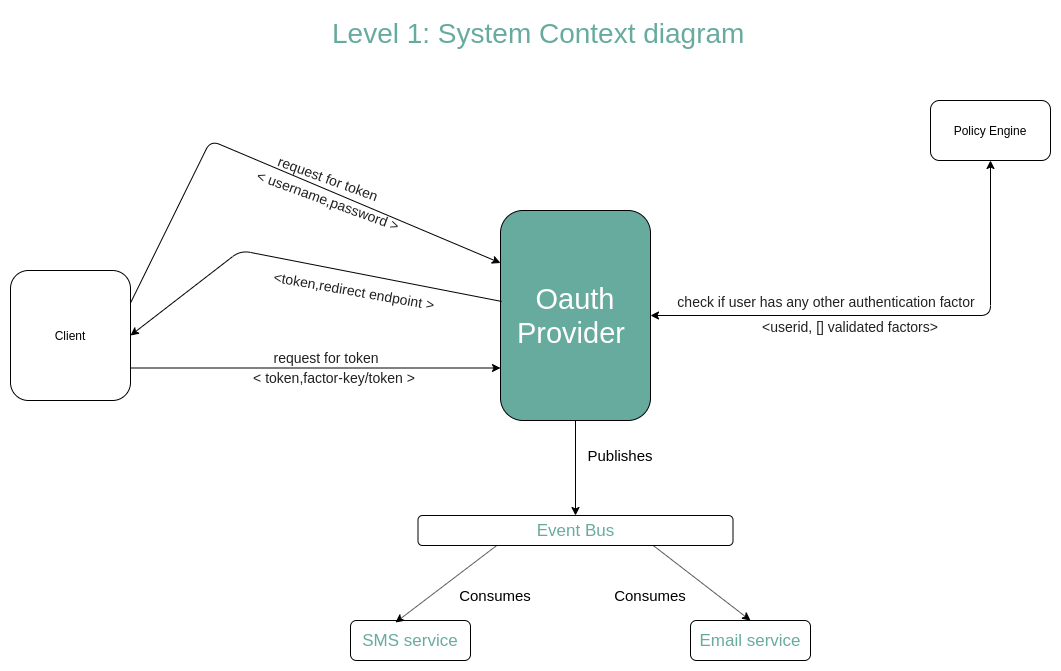
Earlier version of the draw.io export images/System context diagram.png (nonCriticInc/architecture). Source tidied: cells renumbered, new cells last; positions are measured from the earlier drawing's top-left corner, leaving out a move shared by most shapes.
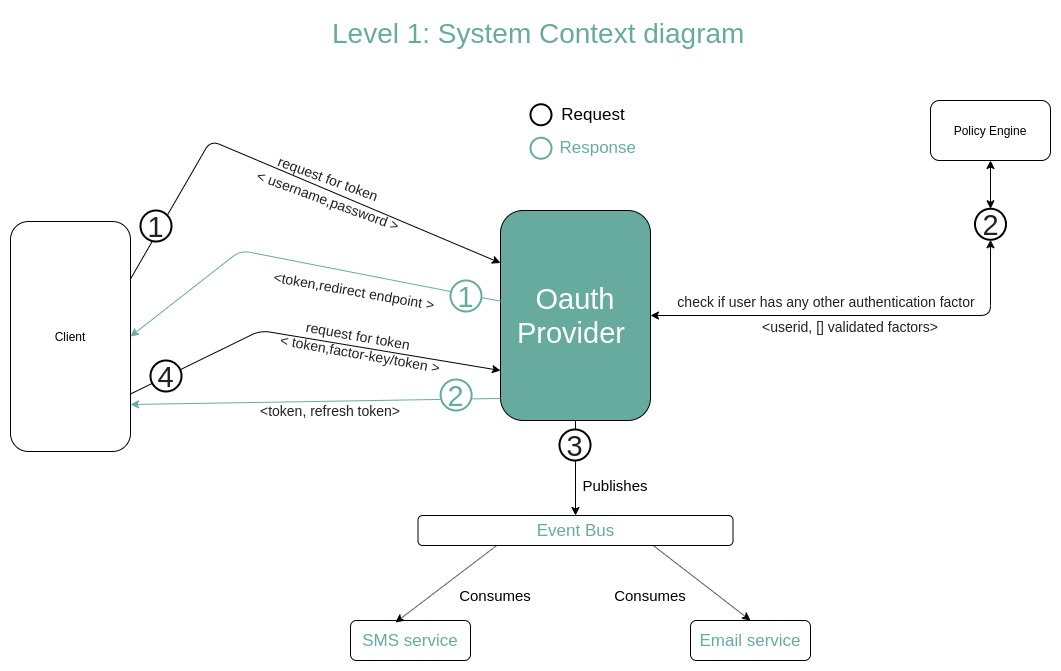
The same diagram one commit later.

Change to the diagram source:
```diff
@@ -3,7 +3,7 @@
     <mxCell id="0" />
     <mxCell id="1" parent="0" />
     <mxCell id="2" value="Client" style="rounded=1;whiteSpace=wrap;html=1;" parent="1" vertex="1">
-      <mxGeometry y="260" width="120" height="130" as="geometry" />
+      <mxGeometry y="211" width="120" height="230" as="geometry" />
     </mxCell>
     <mxCell id="3" value="Level 1: System Context diagram" style="text;html=1;fontSize=28;fontColor=#67AB9F;" parent="1" vertex="1">
       <mxGeometry x="320" width="440" height="50" as="geometry" />
@@ -30,7 +30,7 @@
         </Array>
       </mxGeometry>
     </mxCell>
-    <mxCell id="10" style="endArrow=classic;html=1;fontSize=29;fontColor=#FFFFFF;entryX=1;entryY=0.5;entryDx=0;entryDy=0;exitX=0.007;exitY=0.433;exitDx=0;exitDy=0;exitPerimeter=0;" parent="1" edge="1" source="4" target="2">
+    <mxCell id="10" style="endArrow=classic;html=1;fontSize=29;fontColor=#FFFFFF;entryX=1;entryY=0.5;entryDx=0;entryDy=0;exitX=0.007;exitY=0.433;exitDx=0;exitDy=0;exitPerimeter=0;strokeColor=#67AB9F;" parent="1" edge="1" source="4" target="2">
       <mxGeometry relative="1" as="geometry">
         <Array as="points">
           <mxPoint x="230" y="240" />
@@ -49,23 +49,28 @@
     <mxCell id="14" value="&lt;font color=&quot;#212121&quot;&gt;&lt;span style=&quot;font-size: 14px&quot;&gt;&amp;lt;token,redirect endpoint&amp;nbsp;&amp;gt;&lt;/span&gt;&lt;/font&gt;" style="rounded=1;whiteSpace=wrap;html=1;labelBackgroundColor=none;strokeWidth=2;fillColor=none;fontSize=29;fontColor=#FFFFFF;strokeColor=none;rotation=10;" parent="1" vertex="1">
       <mxGeometry x="240" y="270" width="210" height="10" as="geometry" />
     </mxCell>
-    <mxCell id="15" style="endArrow=classic;html=1;fontSize=29;fontColor=#FFFFFF;exitX=1;exitY=0.75;exitDx=0;exitDy=0;entryX=0;entryY=0.75;entryDx=0;entryDy=0;" parent="1" edge="1" source="2" target="4">
-      <mxGeometry relative="1" as="geometry" />
+    <mxCell id="15" style="endArrow=classic;html=1;fontSize=29;fontColor=#FFFFFF;exitX=1;exitY=0.75;exitDx=0;exitDy=0;" parent="1" edge="1" source="2">
+      <mxGeometry relative="1" as="geometry">
+        <mxPoint x="490" y="360" as="targetPoint" />
+        <Array as="points">
+          <mxPoint x="250" y="320" />
+        </Array>
+      </mxGeometry>
     </mxCell>
-    <mxCell id="16" style="group;rotation=5;" parent="1" vertex="1">
-      <mxGeometry x="210" y="328" width="220.2" height="48.3" as="geometry" />
+    <mxCell id="16" style="group;rotation=15;" parent="1" vertex="1">
+      <mxGeometry x="240" y="310" width="220.2" height="48.3" as="geometry" />
     </mxCell>
-    <mxCell id="17" value="&lt;font color=&quot;#212121&quot; style=&quot;font-size: 14px&quot;&gt;&amp;lt; token,factor-key/token &amp;gt;&lt;/font&gt;" style="rounded=1;whiteSpace=wrap;html=1;labelBackgroundColor=none;strokeWidth=2;fillColor=none;fontSize=29;fontColor=#FFFFFF;strokeColor=none;rotation=0;" parent="16" vertex="1">
-      <mxGeometry x="9" y="29" width="210" height="10" as="geometry" />
+    <mxCell id="17" value="&lt;font color=&quot;#212121&quot; style=&quot;font-size: 14px&quot;&gt;&amp;lt; token,factor-key/token &amp;gt;&lt;/font&gt;" style="rounded=1;whiteSpace=wrap;html=1;labelBackgroundColor=none;strokeWidth=2;fillColor=none;fontSize=29;fontColor=#FFFFFF;strokeColor=none;rotation=10;" parent="16" vertex="1">
+      <mxGeometry x="6" y="23" width="210" height="10" as="geometry" />
     </mxCell>
-    <mxCell id="18" value="&lt;font color=&quot;#212121&quot;&gt;&lt;span style=&quot;font-size: 14px&quot;&gt;request for token&lt;/span&gt;&lt;/font&gt;" style="rounded=1;whiteSpace=wrap;html=1;labelBackgroundColor=none;strokeWidth=2;fillColor=none;fontSize=29;fontColor=#FFFFFF;strokeColor=none;rotation=0;" parent="16" vertex="1">
-      <mxGeometry x="1" y="9" width="210" height="10" as="geometry" />
+    <mxCell id="18" value="&lt;font color=&quot;#212121&quot;&gt;&lt;span style=&quot;font-size: 14px&quot;&gt;request for token&lt;/span&gt;&lt;/font&gt;" style="rounded=1;whiteSpace=wrap;html=1;labelBackgroundColor=none;strokeWidth=2;fillColor=none;fontSize=29;fontColor=#FFFFFF;strokeColor=none;rotation=10;" parent="16" vertex="1">
+      <mxGeometry x="4" y="5" width="210" height="10" as="geometry" />
     </mxCell>
     <mxCell id="19" style="endArrow=classic;html=1;fontSize=29;fontColor=#FFFFFF;entryX=0.5;entryY=0;entryDx=0;entryDy=0;exitX=0.5;exitY=1;exitDx=0;exitDy=0;" parent="1" edge="1" source="4" target="6">
       <mxGeometry relative="1" as="geometry" />
     </mxCell>
     <mxCell id="20" value="&lt;font style=&quot;font-size: 15px&quot; color=&quot;#000000&quot;&gt;Publishes&lt;/font&gt;" style="rounded=1;whiteSpace=wrap;html=1;labelBackgroundColor=none;strokeWidth=2;fillColor=none;fontSize=29;fontColor=#FFFFFF;strokeColor=none;" parent="1" vertex="1">
-      <mxGeometry x="550" y="430" width="120" height="20" as="geometry" />
+      <mxGeometry x="545" y="460" width="120" height="20" as="geometry" />
     </mxCell>
     <mxCell id="21" style="endArrow=classic;html=1;fontSize=29;fontColor=#FFFFFF;entryX=0.375;entryY=0.05;entryDx=0;entryDy=0;entryPerimeter=0;exitX=0.25;exitY=1;exitDx=0;exitDy=0;" parent="1" edge="1" source="6" target="7">
       <mxGeometry relative="1" as="geometry" />
@@ -81,12 +86,8 @@
     <mxCell id="24" value="&lt;font style=&quot;font-size: 15px&quot; color=&quot;#000000&quot;&gt;Consumes&lt;/font&gt;" style="rounded=1;whiteSpace=wrap;html=1;labelBackgroundColor=none;strokeWidth=2;fillColor=none;fontSize=29;fontColor=#FFFFFF;strokeColor=none;" parent="1" vertex="1">
       <mxGeometry x="580" y="570" width="120" height="20" as="geometry" />
     </mxCell>
-    <mxCell id="25" style="endArrow=classic;startArrow=classic;html=1;fontSize=29;fontColor=#FFFFFF;" parent="1" edge="1" source="4" target="5">
-      <mxGeometry relative="1" as="geometry">
-        <Array as="points">
-          <mxPoint x="980" y="305" />
-        </Array>
-      </mxGeometry>
+    <mxCell id="25" style="endArrow=classic;startArrow=classic;html=1;fontSize=29;fontColor=#FFFFFF;" parent="1" edge="1" source="31" target="5">
+      <mxGeometry relative="1" as="geometry" />
     </mxCell>
     <mxCell id="26" value="&lt;font color=&quot;#212121&quot; style=&quot;font-size: 14px&quot;&gt;check if user has any other authentication factor&lt;/font&gt;" style="rounded=1;whiteSpace=wrap;html=1;labelBackgroundColor=none;strokeWidth=2;fillColor=none;fontSize=29;fontColor=#FFFFFF;strokeColor=none;rotation=0;" parent="1" vertex="1">
       <mxGeometry x="662" y="281" width="308.5" height="10" as="geometry" />
@@ -94,5 +95,53 @@
     <mxCell id="27" value="&lt;font color=&quot;#212121&quot; style=&quot;font-size: 14px&quot;&gt;&amp;lt;userid, [] validated factors&amp;gt;&lt;/font&gt;" style="rounded=1;whiteSpace=wrap;html=1;labelBackgroundColor=none;strokeWidth=2;fillColor=none;fontSize=29;fontColor=#FFFFFF;strokeColor=none;rotation=0;" parent="1" vertex="1">
       <mxGeometry x="735.5" y="306" width="210" height="10" as="geometry" />
     </mxCell>
+    <mxCell id="28" style="endArrow=classic;html=1;fontSize=29;fontColor=#FFFFFF;exitX=0;exitY=0.895;exitDx=0;exitDy=0;exitPerimeter=0;strokeColor=#67AB9F;" parent="1" edge="1" source="4">
+      <mxGeometry relative="1" as="geometry">
+        <mxPoint x="120" y="394" as="targetPoint" />
+      </mxGeometry>
+    </mxCell>
+    <mxCell id="29" value="&lt;font color=&quot;#212121&quot;&gt;&lt;span style=&quot;font-size: 14px&quot;&gt;&amp;lt;token, refresh token&amp;gt;&lt;/span&gt;&lt;/font&gt;" style="rounded=1;whiteSpace=wrap;html=1;labelBackgroundColor=none;strokeWidth=2;fillColor=none;fontSize=29;fontColor=#FFFFFF;strokeColor=none;rotation=0;" parent="1" vertex="1">
+      <mxGeometry x="215" y="390" width="210" height="10" as="geometry" />
+    </mxCell>
+    <mxCell id="30" value="&lt;font color=&quot;#212121&quot;&gt;1&lt;/font&gt;" style="ellipse;whiteSpace=wrap;html=1;rounded=1;labelBackgroundColor=none;strokeWidth=2;fillColor=#ffffff;fontSize=29;fontColor=#FFFFFF;" parent="1" vertex="1">
+      <mxGeometry x="130" y="200" width="31" height="31" as="geometry" />
+    </mxCell>
+    <mxCell id="31" value="&lt;font color=&quot;#212121&quot;&gt;2&lt;/font&gt;" style="ellipse;whiteSpace=wrap;html=1;rounded=1;labelBackgroundColor=none;strokeWidth=2;fillColor=#ffffff;fontSize=29;fontColor=#FFFFFF;" parent="1" vertex="1">
+      <mxGeometry x="964.5" y="198.3" width="31" height="31" as="geometry" />
+    </mxCell>
+    <mxCell id="32" style="endArrow=classic;startArrow=classic;html=1;fontSize=29;fontColor=#FFFFFF;" parent="1" edge="1" source="4" target="31">
+      <mxGeometry relative="1" as="geometry">
+        <Array as="points">
+          <mxPoint x="980" y="305" />
+        </Array>
+      </mxGeometry>
+    </mxCell>
+    <mxCell id="33" value="&lt;font&gt;1&lt;/font&gt;" style="ellipse;whiteSpace=wrap;html=1;rounded=1;labelBackgroundColor=none;strokeWidth=2;fillColor=#ffffff;fontSize=29;fontColor=#67AB9F;strokeColor=#67AB9F;" parent="1" vertex="1">
+      <mxGeometry x="440" y="270" width="31" height="31" as="geometry" />
+    </mxCell>
+    <mxCell id="34" value="&lt;font color=&quot;#212121&quot;&gt;4&lt;/font&gt;" style="ellipse;whiteSpace=wrap;html=1;rounded=1;labelBackgroundColor=none;strokeWidth=2;fillColor=#ffffff;fontSize=29;fontColor=#FFFFFF;" parent="1" vertex="1">
+      <mxGeometry x="140" y="350" width="31" height="31" as="geometry" />
+    </mxCell>
+    <mxCell id="35" value="&lt;font color=&quot;#212121&quot;&gt;3&lt;/font&gt;" style="ellipse;whiteSpace=wrap;html=1;rounded=1;labelBackgroundColor=none;strokeWidth=2;fillColor=#ffffff;fontSize=29;fontColor=#FFFFFF;" parent="1" vertex="1">
+      <mxGeometry x="549" y="419" width="31" height="31" as="geometry" />
+    </mxCell>
+    <mxCell id="36" value="&lt;font&gt;2&lt;/font&gt;" style="ellipse;whiteSpace=wrap;html=1;rounded=1;labelBackgroundColor=none;strokeWidth=2;fillColor=#ffffff;fontSize=29;fontColor=#67AB9F;strokeColor=#67AB9F;" parent="1" vertex="1">
+      <mxGeometry x="430.1" y="369" width="31" height="31" as="geometry" />
+    </mxCell>
+    <mxCell id="37" style="group;" parent="1" vertex="1">
+      <mxGeometry x="520" y="91.8" width="108" height="56.5" as="geometry" />
+    </mxCell>
+    <mxCell id="38" style="ellipse;whiteSpace=wrap;html=1;rounded=1;labelBackgroundColor=none;strokeWidth=2;fillColor=#ffffff;fontSize=29;fontColor=#FFFFFF;" parent="37" vertex="1">
+      <mxGeometry y="2" width="21" height="21" as="geometry" />
+    </mxCell>
+    <mxCell id="39" value="&lt;font style=&quot;font-size: 17px&quot;&gt;Request&lt;/font&gt;" style="rounded=1;whiteSpace=wrap;html=1;labelBackgroundColor=none;strokeColor=none;strokeWidth=2;fillColor=none;fontSize=29;fontColor=#000000;" parent="37" vertex="1">
+      <mxGeometry x="18" width="90" height="14" as="geometry" />
+    </mxCell>
+    <mxCell id="40" style="ellipse;whiteSpace=wrap;html=1;rounded=1;labelBackgroundColor=none;strokeWidth=2;fillColor=#ffffff;fontSize=29;fontColor=#FFFFFF;strokeColor=#67AB9F;" parent="37" vertex="1">
+      <mxGeometry y="35.5" width="21" height="21" as="geometry" />
+    </mxCell>
+    <mxCell id="41" value="&lt;font style=&quot;font-size: 17px&quot; color=&quot;#67ab9f&quot;&gt;&amp;nbsp; Response&lt;/font&gt;" style="rounded=1;whiteSpace=wrap;html=1;labelBackgroundColor=none;strokeColor=none;strokeWidth=2;fillColor=none;fontSize=29;fontColor=#000000;" parent="37" vertex="1">
+      <mxGeometry x="18" y="33.5" width="90" height="14" as="geometry" />
+    </mxCell>
   </root>
 </mxGraphModel>
```
